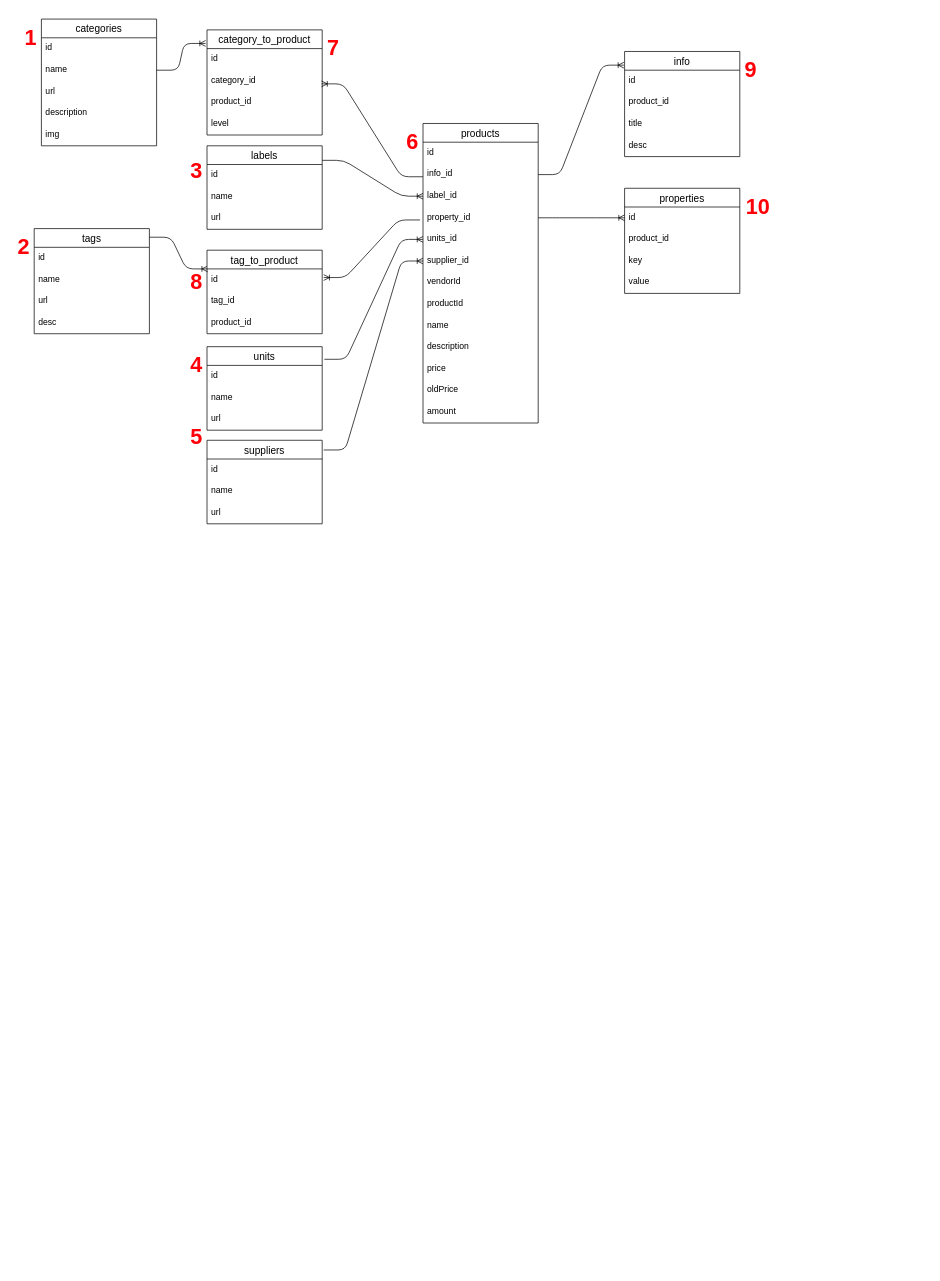
Before: src/db/model/PERN-PostgresSQL-Sheme.drawio in AndrewDrewDev/PERN-Backend-eCommerce, a draw.io diagram. Source tidied: cells renumbered, new cells numbered last; positions are measured from the earlier drawing's top-left corner, leaving out a move shared by most shapes. Both pictures are drawn from the tidied source at 72%, with x=0, y=0 at pixel (12, 19).
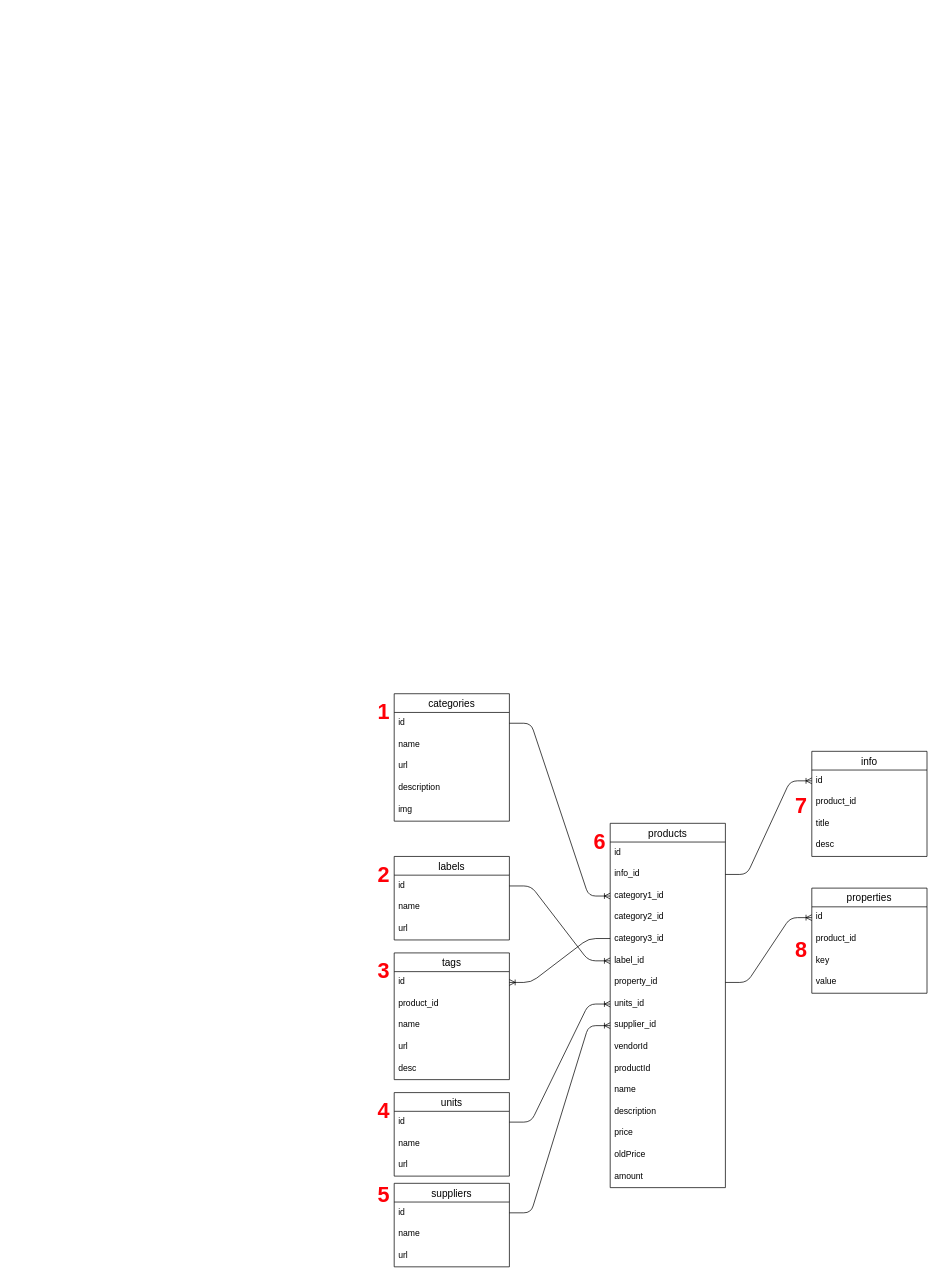
After the change.

Unchanged cells that the change refers to:
```xml
<mxCell id="4" value="info_id" style="text;strokeColor=none;fillColor=none;spacingLeft=4;spacingRight=4;overflow=hidden;points=[[0,0.5],[1,0.5]];portConstraint=eastwest;fontSize=12;" parent="2" vertex="1">
  <mxGeometry y="56" width="160" height="30" as="geometry" />
</mxCell>
<mxCell id="17" value="id" style="text;strokeColor=none;fillColor=none;spacingLeft=4;spacingRight=4;overflow=hidden;points=[[0,0.5],[1,0.5]];portConstraint=eastwest;fontSize=12;" parent="16" vertex="1">
  <mxGeometry y="26" width="160" height="30" as="geometry" />
</mxCell>
<mxCell id="23" value="id" style="text;strokeColor=none;fillColor=none;spacingLeft=4;spacingRight=4;overflow=hidden;points=[[0,0.5],[1,0.5]];portConstraint=eastwest;fontSize=12;" parent="22" vertex="1">
  <mxGeometry y="26" width="160" height="30" as="geometry" />
</mxCell>
<mxCell id="24" value="name" style="text;strokeColor=none;fillColor=none;spacingLeft=4;spacingRight=4;overflow=hidden;points=[[0,0.5],[1,0.5]];portConstraint=eastwest;fontSize=12;" parent="22" vertex="1">
  <mxGeometry y="56" width="160" height="30" as="geometry" />
</mxCell>
<mxCell id="29" value="id" style="text;strokeColor=none;fillColor=none;spacingLeft=4;spacingRight=4;overflow=hidden;points=[[0,0.5],[1,0.5]];portConstraint=eastwest;fontSize=12;" parent="28" vertex="1">
  <mxGeometry y="26" width="160" height="30" as="geometry" />
</mxCell>
<mxCell id="35" value="id" style="text;strokeColor=none;fillColor=none;spacingLeft=4;spacingRight=4;overflow=hidden;points=[[0,0.5],[1,0.5]];portConstraint=eastwest;fontSize=12;" parent="34" vertex="1">
  <mxGeometry y="26" width="160" height="30" as="geometry" />
</mxCell>
<mxCell id="52" value="id" style="text;strokeColor=none;fillColor=none;spacingLeft=4;spacingRight=4;overflow=hidden;points=[[0,0.5],[1,0.5]];portConstraint=eastwest;fontSize=12;" parent="51" vertex="1">
  <mxGeometry y="26" width="160" height="30" as="geometry" />
</mxCell>
<mxCell id="57" value="id" style="text;strokeColor=none;fillColor=none;spacingLeft=4;spacingRight=4;overflow=hidden;points=[[0,0.5],[1,0.5]];portConstraint=eastwest;fontSize=12;" parent="56" vertex="1">
  <mxGeometry y="26" width="160" height="30" as="geometry" />
</mxCell>
```

Diff of the diagram source:
```diff
@@
     <mxCell id="2" value="products" style="swimlane;fontStyle=0;horizontal=1;startSize=26;align=center;fontSize=14;" parent="1" vertex="1">
-      <mxGeometry x="570" y="145" width="160" height="416" as="geometry" />
+      <mxGeometry x="830" y="1117" width="160" height="506" as="geometry" />
     </mxCell>
@@
+    <mxCell id="77" value="category1_id" style="text;strokeColor=none;fillColor=none;spacingLeft=4;spacingRight=4;overflow=hidden;points=[[0,0.5],[1,0.5]];portConstraint=eastwest;fontSize=12;" parent="2" vertex="1">
+      <mxGeometry y="86" width="160" height="30" as="geometry" />
+    </mxCell>
+    <mxCell id="78" value="category2_id" style="text;strokeColor=none;fillColor=none;spacingLeft=4;spacingRight=4;overflow=hidden;fontSize=12;" parent="2" vertex="1">
+      <mxGeometry y="116" width="160" height="30" as="geometry" />
+    </mxCell>
+    <mxCell id="79" value="category3_id" style="text;strokeColor=none;fillColor=none;spacingLeft=4;spacingRight=4;overflow=hidden;fontSize=12;" parent="2" vertex="1">
+      <mxGeometry y="146" width="160" height="30" as="geometry" />
+    </mxCell>
     <mxCell id="5" value="label_id" style="text;strokeColor=none;fillColor=none;spacingLeft=4;spacingRight=4;overflow=hidden;points=[[0,0.5],[1,0.5]];portConstraint=eastwest;fontSize=12;" parent="2" vertex="1">
-      <mxGeometry y="86" width="160" height="30" as="geometry" />
+      <mxGeometry y="176" width="160" height="30" as="geometry" />
     </mxCell>
     <mxCell id="6" value="property_id&#10;" style="text;strokeColor=none;fillColor=none;spacingLeft=4;spacingRight=4;overflow=hidden;points=[[0,0.5],[1,0.5]];portConstraint=eastwest;fontSize=12;" parent="2" vertex="1">
-      <mxGeometry y="116" width="160" height="30" as="geometry" />
+      <mxGeometry y="206" width="160" height="30" as="geometry" />
     </mxCell>
     <mxCell id="7" value="units_id" style="text;strokeColor=none;fillColor=none;spacingLeft=4;spacingRight=4;overflow=hidden;points=[[0,0.5],[1,0.5]];portConstraint=eastwest;fontSize=12;" parent="2" vertex="1">
-      <mxGeometry y="146" width="160" height="30" as="geometry" />
+      <mxGeometry y="236" width="160" height="30" as="geometry" />
     </mxCell>
     <mxCell id="8" value="supplier_id" style="text;strokeColor=none;fillColor=none;spacingLeft=4;spacingRight=4;overflow=hidden;points=[[0,0.5],[1,0.5]];portConstraint=eastwest;fontSize=12;" parent="2" vertex="1">
-      <mxGeometry y="176" width="160" height="30" as="geometry" />
+      <mxGeometry y="266" width="160" height="30" as="geometry" />
     </mxCell>
     <mxCell id="9" value="vendorId" style="text;strokeColor=none;fillColor=none;spacingLeft=4;spacingRight=4;overflow=hidden;fontSize=12;" parent="2" vertex="1">
-      <mxGeometry y="206" width="160" height="30" as="geometry" />
+      <mxGeometry y="296" width="160" height="30" as="geometry" />
     </mxCell>
     <mxCell id="10" value="productId" style="text;strokeColor=none;fillColor=none;spacingLeft=4;spacingRight=4;overflow=hidden;fontSize=12;" parent="2" vertex="1">
-      <mxGeometry y="236" width="160" height="30" as="geometry" />
+      <mxGeometry y="326" width="160" height="30" as="geometry" />
     </mxCell>
     <mxCell id="11" value="name" style="text;strokeColor=none;fillColor=none;spacingLeft=4;spacingRight=4;overflow=hidden;fontSize=12;" parent="2" vertex="1">
-      <mxGeometry y="266" width="160" height="30" as="geometry" />
+      <mxGeometry y="356" width="160" height="30" as="geometry" />
     </mxCell>
     <mxCell id="12" value="description" style="text;strokeColor=none;fillColor=none;spacingLeft=4;spacingRight=4;overflow=hidden;fontSize=12;" parent="2" vertex="1">
-      <mxGeometry y="296" width="160" height="30" as="geometry" />
+      <mxGeometry y="386" width="160" height="30" as="geometry" />
     </mxCell>
     <mxCell id="13" value="price" style="text;strokeColor=none;fillColor=none;spacingLeft=4;spacingRight=4;overflow=hidden;fontSize=12;" parent="2" vertex="1">
-      <mxGeometry y="326" width="160" height="30" as="geometry" />
+      <mxGeometry y="416" width="160" height="30" as="geometry" />
     </mxCell>
     <mxCell id="14" value="oldPrice" style="text;strokeColor=none;fillColor=none;spacingLeft=4;spacingRight=4;overflow=hidden;fontSize=12;" parent="2" vertex="1">
-      <mxGeometry y="356" width="160" height="30" as="geometry" />
+      <mxGeometry y="446" width="160" height="30" as="geometry" />
     </mxCell>
     <mxCell id="15" value="amount" style="text;strokeColor=none;fillColor=none;spacingLeft=4;spacingRight=4;overflow=hidden;fontSize=12;" parent="2" vertex="1">
-      <mxGeometry y="386" width="160" height="30" as="geometry" />
+      <mxGeometry y="476" width="160" height="30" as="geometry" />
     </mxCell>
     <mxCell id="16" value="info" style="swimlane;fontStyle=0;horizontal=1;startSize=26;align=center;fontSize=14;" parent="1" vertex="1">
-      <mxGeometry x="850" y="45" width="160" height="146" as="geometry" />
+      <mxGeometry x="1110" y="1017" width="160" height="146" as="geometry" />
     </mxCell>
@@
-    <mxCell id="21" style="edgeStyle=entityRelationEdgeStyle;fontSize=12;html=1;endArrow=ERoneToMany;entryX=-0.006;entryY=0.13;entryDx=0;entryDy=0;exitX=1;exitY=0.5;exitDx=0;exitDy=0;entryPerimeter=0;" parent="1" edge="1" source="4" target="16">
+    <mxCell id="21" style="edgeStyle=entityRelationEdgeStyle;fontSize=12;html=1;endArrow=ERoneToMany;entryX=0;entryY=0.5;entryDx=0;entryDy=0;exitX=1;exitY=0.5;exitDx=0;exitDy=0;" parent="1" edge="1" source="4" target="17">
       <mxGeometry relative="1" as="geometry" />
     </mxCell>
     <mxCell id="22" value="categories" style="swimlane;fontStyle=0;horizontal=1;startSize=26;align=center;fontSize=14;flipH=1;" parent="1" vertex="1">
-      <mxGeometry x="40" width="160" height="176" as="geometry" />
+      <mxGeometry x="530" y="937" width="160" height="177" as="geometry" />
     </mxCell>
@@
     <mxCell id="26" value="description" style="text;strokeColor=none;fillColor=none;spacingLeft=4;spacingRight=4;overflow=hidden;fontSize=12;" parent="22" vertex="1">
-      <mxGeometry y="116" width="160" height="30" as="geometry" />
+      <mxGeometry y="116" width="160" height="31" as="geometry" />
     </mxCell>
     <mxCell id="27" value="img" style="text;strokeColor=none;fillColor=none;spacingLeft=4;spacingRight=4;overflow=hidden;fontSize=12;" parent="22" vertex="1">
-      <mxGeometry y="146" width="160" height="30" as="geometry" />
+      <mxGeometry y="147" width="160" height="30" as="geometry" />
     </mxCell>
     <mxCell id="28" value="tags" style="swimlane;fontStyle=0;horizontal=1;startSize=26;align=center;fontSize=14;" parent="1" vertex="1">
-      <mxGeometry x="30" y="291" width="160" height="146" as="geometry" />
+      <mxGeometry x="530" y="1297" width="160" height="176" as="geometry" />
     </mxCell>
@@
+    <mxCell id="80" value="product_id" style="text;strokeColor=none;fillColor=none;spacingLeft=4;spacingRight=4;overflow=hidden;fontSize=12;" parent="28" vertex="1">
+      <mxGeometry y="56" width="160" height="30" as="geometry" />
+    </mxCell>
     <mxCell id="30" value="name" style="text;strokeColor=none;fillColor=none;spacingLeft=4;spacingRight=4;overflow=hidden;fontSize=12;" parent="28" vertex="1">
-      <mxGeometry y="56" width="160" height="30" as="geometry" />
+      <mxGeometry y="86" width="160" height="30" as="geometry" />
     </mxCell>
     <mxCell id="31" value="url" style="text;strokeColor=none;fillColor=none;spacingLeft=4;spacingRight=4;overflow=hidden;fontSize=12;" parent="28" vertex="1">
-      <mxGeometry y="86" width="160" height="30" as="geometry" />
+      <mxGeometry y="116" width="160" height="30" as="geometry" />
     </mxCell>
     <mxCell id="32" value="desc" style="text;strokeColor=none;fillColor=none;spacingLeft=4;spacingRight=4;overflow=hidden;fontSize=12;" parent="28" vertex="1">
-      <mxGeometry y="116" width="160" height="30" as="geometry" />
+      <mxGeometry y="146" width="160" height="30" as="geometry" />
     </mxCell>
-    <mxCell id="33" style="edgeStyle=entityRelationEdgeStyle;fontSize=12;html=1;endArrow=ERoneToMany;rounded=1;targetPerimeterSpacing=4;startSize=13;entryX=0.006;entryY=0;entryDx=0;entryDy=0;entryPerimeter=0;exitX=1;exitY=0.082;exitDx=0;exitDy=0;exitPerimeter=0;" parent="1" edge="1" source="28" target="62">
-      <mxGeometry relative="1" as="geometry" />
-    </mxCell>
     <mxCell id="34" value="labels" style="swimlane;fontStyle=0;horizontal=1;startSize=26;align=center;fontSize=14;" parent="1" vertex="1">
-      <mxGeometry x="270" y="176" width="160" height="116" as="geometry" />
+      <mxGeometry x="530" y="1163" width="160" height="116" as="geometry" />
     </mxCell>
@@
-    <mxCell id="38" style="edgeStyle=entityRelationEdgeStyle;fontSize=12;html=1;endArrow=ERoneToMany;startSize=13;targetPerimeterSpacing=4;strokeColor=#000000;exitX=1;exitY=0.174;exitDx=0;exitDy=0;exitPerimeter=0;entryX=0;entryY=0.5;entryDx=0;entryDy=0;" parent="1" edge="1" source="34" target="5">
+    <mxCell id="38" style="edgeStyle=entityRelationEdgeStyle;fontSize=12;html=1;endArrow=ERoneToMany;startSize=13;targetPerimeterSpacing=4;strokeColor=#000000;exitX=1;exitY=0.5;exitDx=0;exitDy=0;entryX=0;entryY=0.5;entryDx=0;entryDy=0;" parent="1" edge="1" source="35" target="5">
       <mxGeometry relative="1" as="geometry" />
     </mxCell>
     <mxCell id="39" value="properties" style="swimlane;fontStyle=0;horizontal=1;startSize=26;align=center;fontSize=14;" parent="1" vertex="1">
-      <mxGeometry x="850" y="235" width="160" height="146" as="geometry" />
+      <mxGeometry x="1110" y="1207" width="160" height="146" as="geometry" />
     </mxCell>
@@
-    <mxCell id="45" value="category_to_product" style="swimlane;fontStyle=0;horizontal=1;startSize=26;align=center;fontSize=14;" parent="1" vertex="1">
-      <mxGeometry x="270" y="15" width="160" height="146" as="geometry" />
-    </mxCell>
-    <mxCell id="46" value="id" style="text;strokeColor=none;fillColor=none;spacingLeft=4;spacingRight=4;overflow=hidden;fontSize=12;" parent="45" vertex="1">
-      <mxGeometry y="26" width="160" height="30" as="geometry" />
-    </mxCell>
-    <mxCell id="47" value="category_id" style="text;strokeColor=none;fillColor=none;spacingLeft=4;spacingRight=4;overflow=hidden;points=[[0,0.5],[1,0.5]];portConstraint=eastwest;fontSize=12;" parent="45" vertex="1">
-      <mxGeometry y="56" width="160" height="30" as="geometry" />
-    </mxCell>
-    <mxCell id="48" value="product_id" style="text;strokeColor=none;fillColor=none;spacingLeft=4;spacingRight=4;overflow=hidden;fontSize=12;" parent="45" vertex="1">
-      <mxGeometry y="86" width="160" height="30" as="geometry" />
-    </mxCell>
-    <mxCell id="49" value="level" style="text;strokeColor=none;fillColor=none;spacingLeft=4;spacingRight=4;overflow=hidden;fontSize=12;" parent="45" vertex="1">
-      <mxGeometry y="116" width="160" height="30" as="geometry" />
-    </mxCell>
-    <mxCell id="50" style="edgeStyle=entityRelationEdgeStyle;fontSize=12;html=1;endArrow=ERoneToMany;startSize=13;targetPerimeterSpacing=4;strokeColor=#000000;exitX=1;exitY=0.5;exitDx=0;exitDy=0;entryX=-0.012;entryY=0.129;entryDx=0;entryDy=0;entryPerimeter=0;" parent="1" edge="1" source="24" target="45">
-      <mxGeometry relative="1" as="geometry" />
-    </mxCell>
     <mxCell id="51" value="units" style="swimlane;fontStyle=0;horizontal=1;startSize=26;align=center;fontSize=14;" parent="1" vertex="1">
-      <mxGeometry x="270" y="455" width="160" height="116" as="geometry" />
+      <mxGeometry x="530" y="1491" width="160" height="116" as="geometry" />
     </mxCell>
@@
-    <mxCell id="55" style="edgeStyle=entityRelationEdgeStyle;fontSize=12;html=1;endArrow=ERoneToMany;startSize=13;targetPerimeterSpacing=4;strokeColor=#000000;exitX=1.019;exitY=0.151;exitDx=0;exitDy=0;exitPerimeter=0;entryX=0;entryY=0.5;entryDx=0;entryDy=0;" parent="1" edge="1" source="51" target="7">
+    <mxCell id="55" style="edgeStyle=entityRelationEdgeStyle;fontSize=12;html=1;endArrow=ERoneToMany;startSize=13;targetPerimeterSpacing=4;strokeColor=#000000;exitX=1;exitY=0.5;exitDx=0;exitDy=0;entryX=0;entryY=0.5;entryDx=0;entryDy=0;" parent="1" edge="1" source="52" target="7">
       <mxGeometry relative="1" as="geometry" />
     </mxCell>
     <mxCell id="56" value="suppliers" style="swimlane;fontStyle=0;horizontal=1;startSize=26;align=center;fontSize=14;" parent="1" vertex="1">
-      <mxGeometry x="270" y="585" width="160" height="116" as="geometry" />
+      <mxGeometry x="530" y="1617" width="160" height="116" as="geometry" />
     </mxCell>
@@
-    <mxCell id="60" style="edgeStyle=entityRelationEdgeStyle;fontSize=12;html=1;endArrow=ERoneToMany;startSize=13;targetPerimeterSpacing=4;strokeColor=#000000;exitX=1.013;exitY=0.116;exitDx=0;exitDy=0;exitPerimeter=0;entryX=0;entryY=0.5;entryDx=0;entryDy=0;" parent="1" edge="1" source="56" target="8">
+    <mxCell id="60" style="edgeStyle=entityRelationEdgeStyle;fontSize=12;html=1;endArrow=ERoneToMany;startSize=13;targetPerimeterSpacing=4;strokeColor=#000000;exitX=1;exitY=0.5;exitDx=0;exitDy=0;entryX=0;entryY=0.5;entryDx=0;entryDy=0;" parent="1" edge="1" source="57" target="8">
       <mxGeometry relative="1" as="geometry" />
     </mxCell>
-    <mxCell id="61" value="tag_to_product" style="swimlane;fontStyle=0;horizontal=1;startSize=26;align=center;fontSize=14;" parent="1" vertex="1">
-      <mxGeometry x="270" y="321" width="160" height="116" as="geometry" />
-    </mxCell>
-    <mxCell id="62" value="id" style="text;strokeColor=none;fillColor=none;spacingLeft=4;spacingRight=4;overflow=hidden;points=[[0,0.5],[1,0.5]];portConstraint=eastwest;fontSize=12;" parent="61" vertex="1">
-      <mxGeometry y="26" width="160" height="30" as="geometry" />
-    </mxCell>
-    <mxCell id="63" value="tag_id" style="text;strokeColor=none;fillColor=none;spacingLeft=4;spacingRight=4;overflow=hidden;fontSize=12;" parent="61" vertex="1">
-      <mxGeometry y="56" width="160" height="30" as="geometry" />
-    </mxCell>
-    <mxCell id="64" value="product_id" style="text;strokeColor=none;fillColor=none;spacingLeft=4;spacingRight=4;overflow=hidden;fontSize=12;" parent="61" vertex="1">
-      <mxGeometry y="86" width="160" height="30" as="geometry" />
-    </mxCell>
     <mxCell id="65" value="&lt;h1&gt;&lt;font style=&quot;font-size: 30px&quot;&gt;1&lt;/font&gt;&lt;/h1&gt;" style="text;html=1;align=center;verticalAlign=middle;strokeColor=none;fontColor=#FF0008;" parent="1" vertex="1">
-      <mxGeometry x="10" width="30" height="50" as="geometry" />
+      <mxGeometry x="500" y="937" width="30" height="50" as="geometry" />
     </mxCell>
-    <mxCell id="66" value="&lt;h1&gt;&lt;font style=&quot;font-size: 30px&quot;&gt;2&lt;/font&gt;&lt;/h1&gt;" style="text;html=1;align=center;verticalAlign=middle;strokeColor=none;fontColor=#FF0008;" parent="1" vertex="1">
-      <mxGeometry y="291" width="30" height="50" as="geometry" />
+    <mxCell id="66" value="&lt;h1&gt;&lt;font style=&quot;font-size: 30px&quot;&gt;7&lt;/font&gt;&lt;/h1&gt;" style="text;html=1;align=center;verticalAlign=middle;strokeColor=none;fontColor=#FF0008;" parent="1" vertex="1">
+      <mxGeometry x="1080" y="1067" width="30" height="50" as="geometry" />
     </mxCell>
     <mxCell id="67" value="&lt;h1&gt;&lt;font style=&quot;font-size: 30px&quot;&gt;3&lt;/font&gt;&lt;/h1&gt;" style="text;html=1;align=center;verticalAlign=middle;strokeColor=none;fontColor=#FF0008;" parent="1" vertex="1">
-      <mxGeometry x="240" y="185" width="30" height="50" as="geometry" />
+      <mxGeometry x="500" y="1297" width="30" height="50" as="geometry" />
     </mxCell>
     <mxCell id="68" value="&lt;h1&gt;&lt;font style=&quot;font-size: 30px&quot;&gt;4&lt;/font&gt;&lt;/h1&gt;" style="text;html=1;align=center;verticalAlign=middle;strokeColor=none;fontColor=#FF0008;" parent="1" vertex="1">
-      <mxGeometry x="240" y="455" width="30" height="50" as="geometry" />
+      <mxGeometry x="500" y="1491" width="30" height="50" as="geometry" />
     </mxCell>
     <mxCell id="69" value="&lt;h1&gt;&lt;span style=&quot;font-size: 30px&quot;&gt;5&lt;/span&gt;&lt;/h1&gt;" style="text;html=1;align=center;verticalAlign=middle;strokeColor=none;fontColor=#FF0008;" parent="1" vertex="1">
-      <mxGeometry x="240" y="555" width="30" height="50" as="geometry" />
+      <mxGeometry x="500" y="1607" width="30" height="50" as="geometry" />
     </mxCell>
     <mxCell id="70" value="&lt;h1&gt;&lt;font style=&quot;font-size: 30px&quot;&gt;6&lt;/font&gt;&lt;/h1&gt;" style="text;html=1;align=center;verticalAlign=middle;strokeColor=none;fontColor=#FF0008;" parent="1" vertex="1">
-      <mxGeometry x="540" y="145" width="30" height="50" as="geometry" />
+      <mxGeometry x="800" y="1117" width="30" height="50" as="geometry" />
     </mxCell>
-    <mxCell id="71" value="&lt;h1&gt;&lt;font style=&quot;font-size: 30px&quot;&gt;7&lt;/font&gt;&lt;/h1&gt;" style="text;html=1;align=center;verticalAlign=middle;strokeColor=none;fontColor=#FF0008;" parent="1" vertex="1">
-      <mxGeometry x="430" y="15" width="30" height="50" as="geometry" />
-    </mxCell>
     <mxCell id="72" value="&lt;h1&gt;&lt;font style=&quot;font-size: 30px&quot;&gt;8&lt;/font&gt;&lt;/h1&gt;" style="text;html=1;align=center;verticalAlign=middle;strokeColor=none;fontColor=#FF0008;" parent="1" vertex="1">
-      <mxGeometry x="240" y="339" width="30" height="50" as="geometry" />
+      <mxGeometry x="1080" y="1267" width="30" height="50" as="geometry" />
     </mxCell>
-    <mxCell id="73" value="&lt;h1&gt;&lt;font style=&quot;font-size: 30px&quot;&gt;10&lt;/font&gt;&lt;/h1&gt;" style="text;html=1;align=center;verticalAlign=middle;strokeColor=none;fontColor=#FF0008;" parent="1" vertex="1">
-      <mxGeometry x="1010" y="235" width="50" height="50" as="geometry" />
-    </mxCell>
-    <mxCell id="74" value="&lt;h1&gt;&lt;font style=&quot;font-size: 30px&quot;&gt;9&lt;/font&gt;&lt;/h1&gt;" style="text;html=1;align=center;verticalAlign=middle;strokeColor=none;fontColor=#FF0008;" parent="1" vertex="1">
-      <mxGeometry x="1010" y="45" width="30" height="50" as="geometry" />
-    </mxCell>
-    <mxCell id="75" style="edgeStyle=entityRelationEdgeStyle;fontSize=12;html=1;endArrow=none;fontColor=#FF0008;verticalAlign=middle;startArrow=ERoneToMany;startFill=0;endFill=0;exitX=0.994;exitY=0.633;exitDx=0;exitDy=0;exitPerimeter=0;entryX=0;entryY=0.6;entryDx=0;entryDy=0;entryPerimeter=0;" parent="1" edge="1" source="47" target="4">
-      <mxGeometry relative="1" as="geometry" />
-    </mxCell>
-    <mxCell id="76" style="edgeStyle=entityRelationEdgeStyle;fontSize=12;html=1;endArrow=none;fontColor=#FF0008;verticalAlign=middle;startArrow=ERoneToMany;startFill=0;endFill=0;exitX=1.013;exitY=0.4;exitDx=0;exitDy=0;exitPerimeter=0;entryX=-0.025;entryY=0.6;entryDx=0;entryDy=0;entryPerimeter=0;" parent="1" edge="1" source="62" target="6">
-      <mxGeometry relative="1" as="geometry" />
-    </mxCell>
+    <mxCell id="81" style="edgeStyle=entityRelationEdgeStyle;fontSize=12;html=1;endArrow=ERoneToMany;exitX=1;exitY=0.5;exitDx=0;exitDy=0;entryX=0;entryY=0.5;entryDx=0;entryDy=0;" parent="1" edge="1" source="23" target="77">
+      <mxGeometry relative="1" as="geometry" />
+    </mxCell>
+    <mxCell id="82" value="&lt;h1&gt;&lt;font style=&quot;font-size: 30px&quot;&gt;2&lt;/font&gt;&lt;/h1&gt;" style="text;html=1;align=center;verticalAlign=middle;strokeColor=none;fontColor=#FF0008;" parent="1" vertex="1">
+      <mxGeometry x="500" y="1163" width="30" height="50" as="geometry" />
+    </mxCell>
+    <mxCell id="83" style="edgeStyle=entityRelationEdgeStyle;fontSize=12;html=1;endArrow=none;startArrow=ERoneToMany;startFill=0;endFill=0;exitX=1;exitY=0.5;exitDx=0;exitDy=0;" parent="1" edge="1" source="29">
+      <mxGeometry relative="1" as="geometry">
+        <mxPoint x="830" y="1277" as="targetPoint" />
+      </mxGeometry>
+    </mxCell>
```
